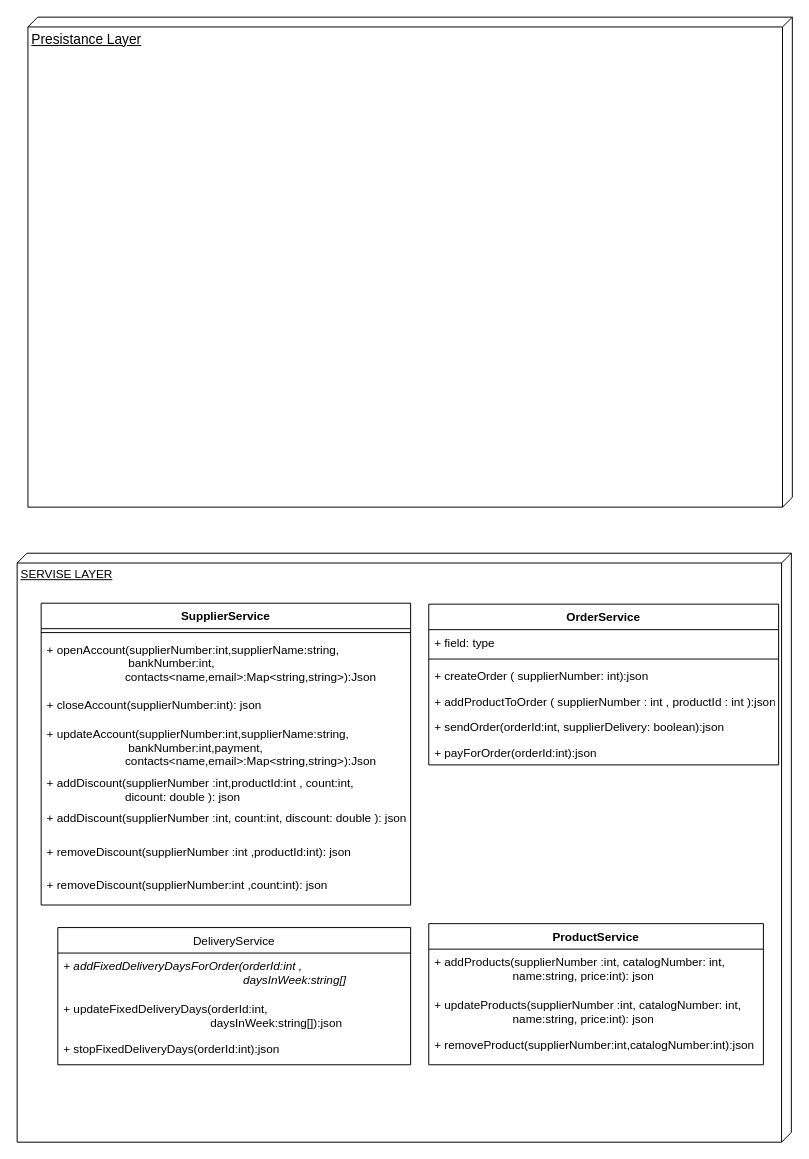
This is page "presistance-service" (2 of 2) of docs/diagram.drawio from Naveavra/Market, a draw.io file, before an edit. Source tidied: cells renumbered, new cells numbered last; positions are measured from the earlier drawing's top-left corner, leaving out a move shared by most shapes. Both pictures are drawn from the tidied source at 98%, with x=0, y=0 at pixel (17, 17).
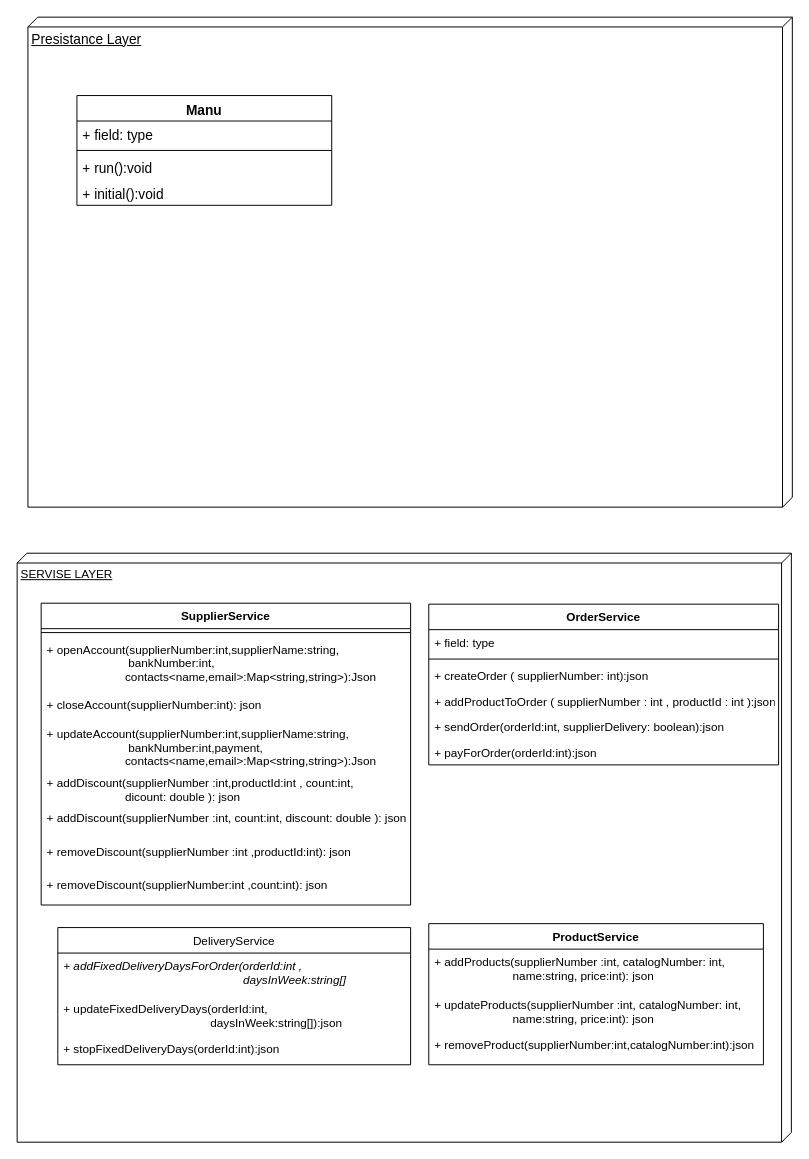
Above is the later version.

Diff of the diagram source:
```diff
@@
+    <mxCell id="28" value="Manu" style="swimlane;fontStyle=1;align=center;verticalAlign=top;horizontal=1;startSize=26;fontSize=14;" parent="1" vertex="1">
+      <mxGeometry x="61" y="80" width="260" height="112" as="geometry" />
+    </mxCell>
+    <mxCell id="29" value="+ field: type" style="text;strokeColor=none;fillColor=none;align=left;verticalAlign=top;spacingLeft=4;spacingRight=4;overflow=hidden;fontSize=14;" parent="28" vertex="1">
+      <mxGeometry y="26" width="260" height="26" as="geometry" />
+    </mxCell>
+    <mxCell id="30" style="line;strokeWidth=1;fillColor=none;align=left;verticalAlign=middle;spacingTop=-1;spacingLeft=3;spacingRight=3;labelPosition=right;fontSize=14;" parent="28" vertex="1">
+      <mxGeometry y="52" width="260" height="8" as="geometry" />
+    </mxCell>
+    <mxCell id="31" value="+ run():void" style="text;strokeColor=none;fillColor=none;align=left;verticalAlign=top;spacingLeft=4;spacingRight=4;overflow=hidden;fontSize=14;" parent="28" vertex="1">
+      <mxGeometry y="60" width="260" height="26" as="geometry" />
+    </mxCell>
+    <mxCell id="32" value="+ initial():void" style="text;strokeColor=none;fillColor=none;align=left;verticalAlign=top;spacingLeft=4;spacingRight=4;overflow=hidden;fontSize=14;" parent="28" vertex="1">
+      <mxGeometry y="86" width="260" height="26" as="geometry" />
+    </mxCell>
```
